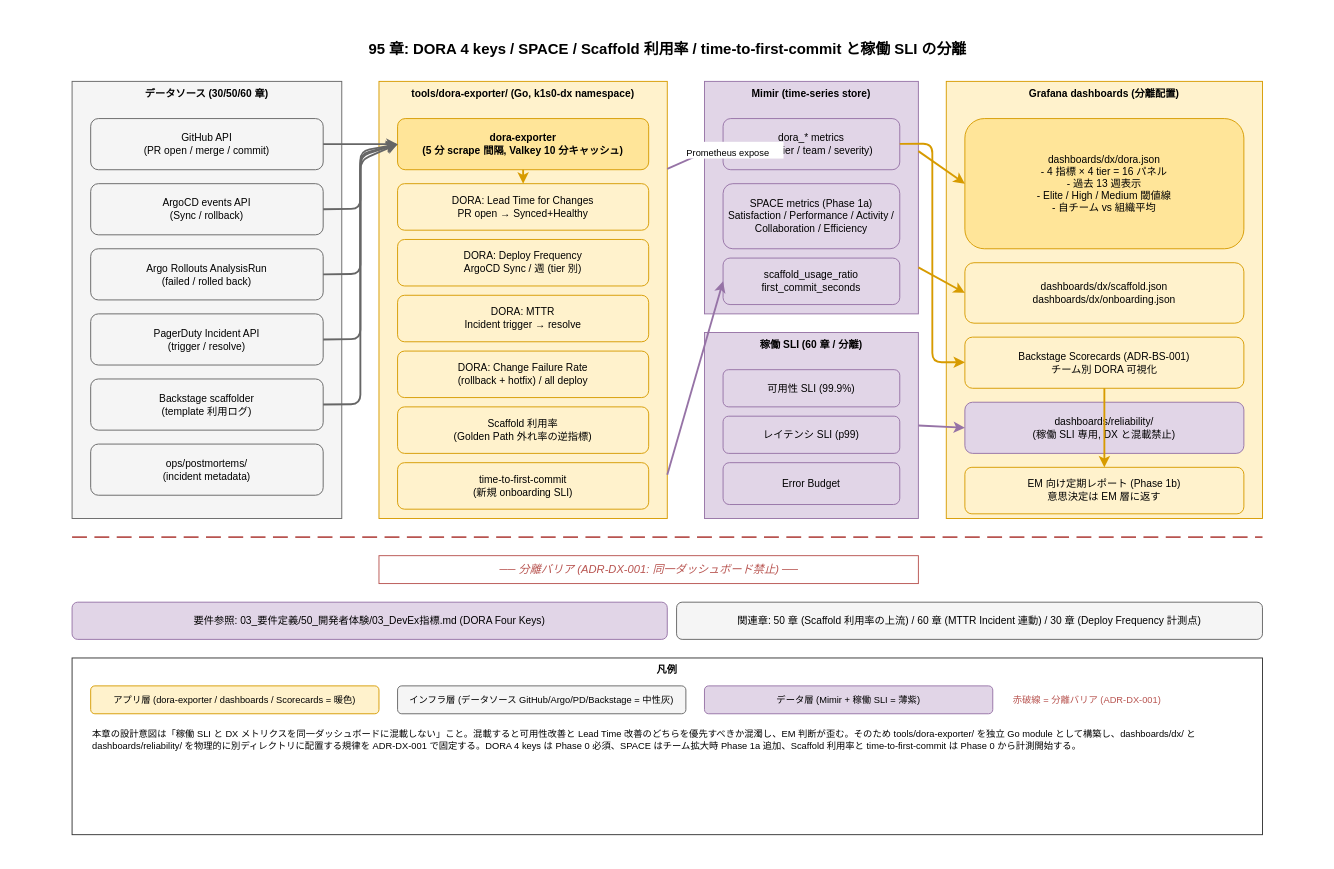
Before: docs/05_実装/95_DXメトリクス/img/95_DORA_SPACE_Scaffold利用率.drawio in RyuheiKiso/k1s0, a draw.io diagram. Source tidied: cells renumbered, new cells numbered last; positions are measured from the earlier drawing's top-left corner, leaving out a move shared by most shapes. Both pictures are drawn from the tidied source at 93%, with x=0, y=0 at pixel (16, 16).
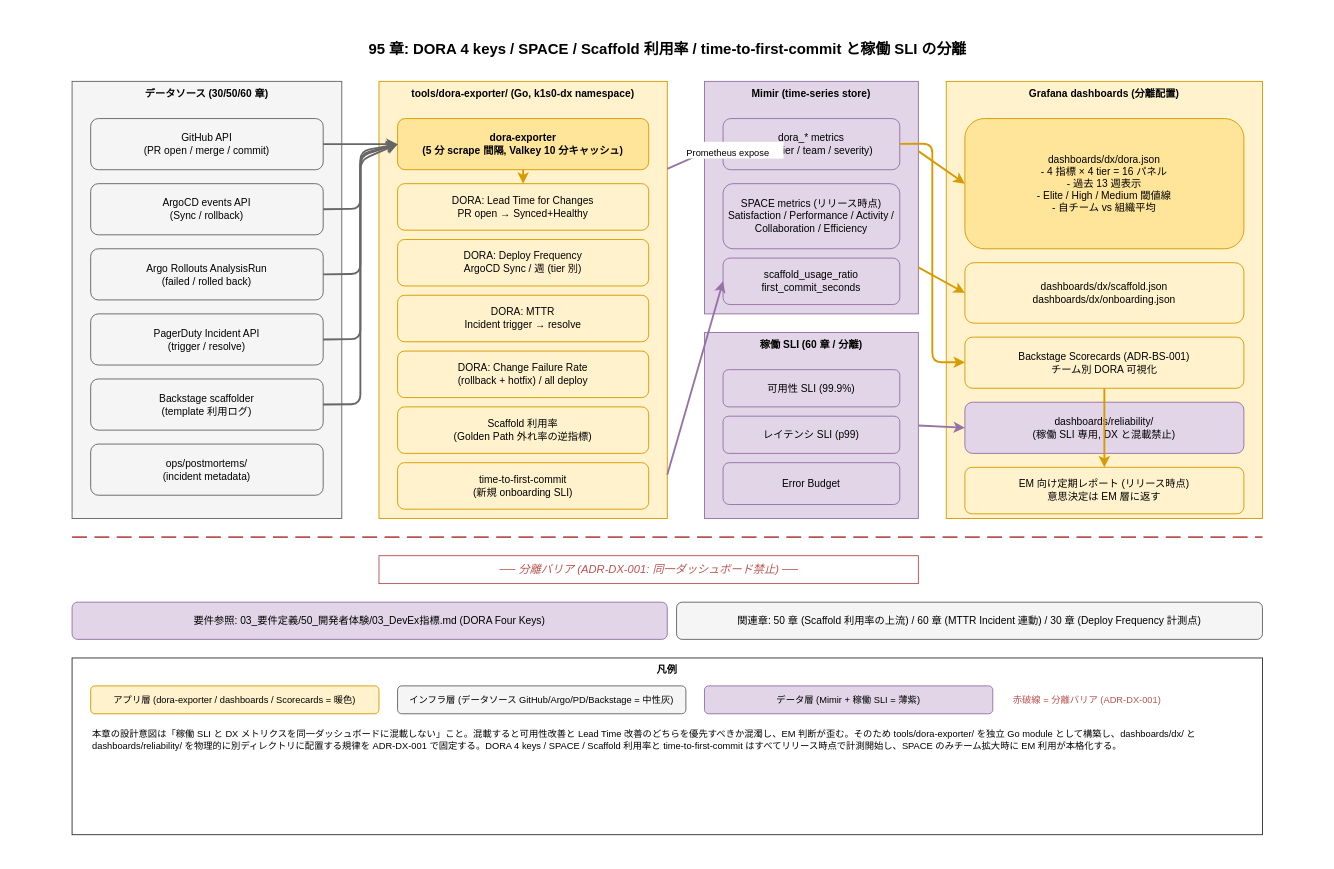
After the change.

Change to the diagram source:
```diff
@@
-    <mxCell id="21" value="SPACE metrics (Phase 1a)&#10;Satisfaction / Performance / Activity / Collaboration / Efficiency" style="rounded=1;whiteSpace=wrap;html=1;fillColor=#e1d5e7;strokeColor=#9673a6;fontSize=11;" parent="1" vertex="1">
+    <mxCell id="21" value="SPACE metrics (リリース時点)&#10;Satisfaction / Performance / Activity / Collaboration / Efficiency" style="rounded=1;whiteSpace=wrap;html=1;fillColor=#e1d5e7;strokeColor=#9673a6;fontSize=11;" parent="1" vertex="1">
       <mxGeometry x="760" y="180" width="190" height="70" as="geometry" />
     </mxCell>
@@
-    <mxCell id="34" value="EM 向け定期レポート (Phase 1b)&#10;意思決定は EM 層に返す" style="rounded=1;whiteSpace=wrap;html=1;fillColor=#fff2cc;strokeColor=#d79b00;fontSize=11;" parent="1" vertex="1">
+    <mxCell id="34" value="EM 向け定期レポート (リリース時点)&#10;意思決定は EM 層に返す" style="rounded=1;whiteSpace=wrap;html=1;fillColor=#fff2cc;strokeColor=#d79b00;fontSize=11;" parent="1" vertex="1">
       <mxGeometry x="1020" y="485" width="300" height="50" as="geometry" />
     </mxCell>
@@
-    <mxCell id="56" value="本章の設計意図は「稼働 SLI と DX メトリクスを同一ダッシュボードに混載しない」こと。混載すると可用性改善と Lead Time 改善のどちらを優先すべきか混濁し、EM 判断が歪む。そのため tools/dora-exporter/ を独立 Go module として構築し、dashboards/dx/ と dashboards/reliability/ を物理的に別ディレクトリに配置する規律を ADR-DX-001 で固定する。DORA 4 keys は Phase 0 必須、SPACE はチーム拡大時 Phase 1a 追加、Scaffold 利用率と time-to-first-commit は Phase 0 から計測開始する。" style="text;html=1;align=left;verticalAlign=top;fontSize=10;whiteSpace=wrap;" parent="1" vertex="1">
+    <mxCell id="56" value="本章の設計意図は「稼働 SLI と DX メトリクスを同一ダッシュボードに混載しない」こと。混載すると可用性改善と Lead Time 改善のどちらを優先すべきか混濁し、EM 判断が歪む。そのため tools/dora-exporter/ を独立 Go module として構築し、dashboards/dx/ と dashboards/reliability/ を物理的に別ディレクトリに配置する規律を ADR-DX-001 で固定する。DORA 4 keys / SPACE / Scaffold 利用率と time-to-first-commit はすべてリリース時点で計測開始し、SPACE のみチーム拡大時に EM 利用が本格化する。" style="text;html=1;align=left;verticalAlign=top;fontSize=10;whiteSpace=wrap;" parent="1" vertex="1">
       <mxGeometry x="80" y="760" width="1260" height="110" as="geometry" />
     </mxCell>
```
